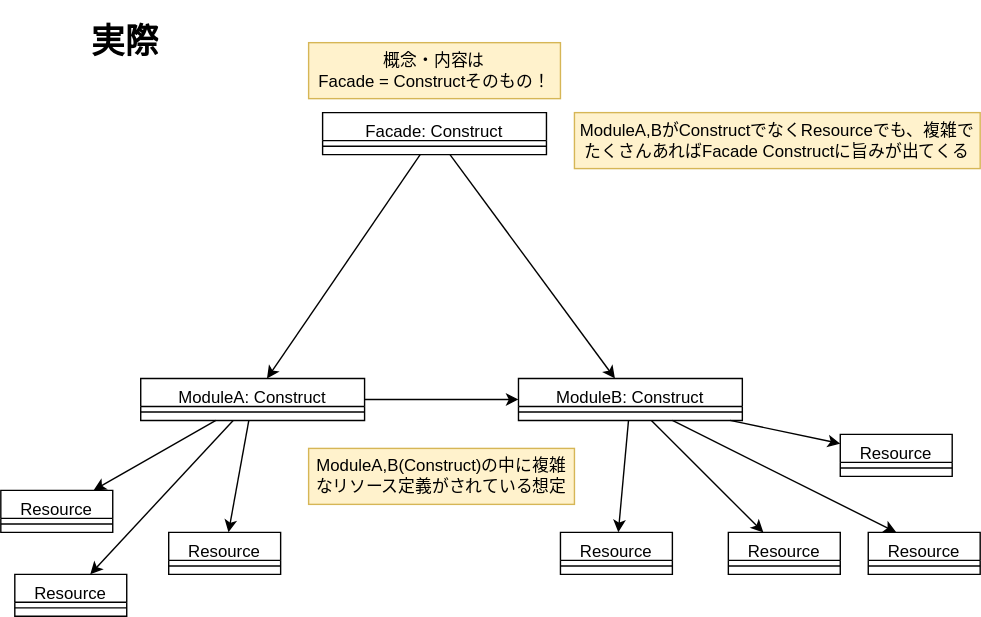
This is drawio/facade/facade_concrete.drawio.svg from go-to-k/cdk-gof-design-pattern, a draw.io export, as it was before one commit. Source tidied: cells renumbered, new cells last; positions are measured from the earlier drawing's top-left corner, leaving out a move shared by most shapes.
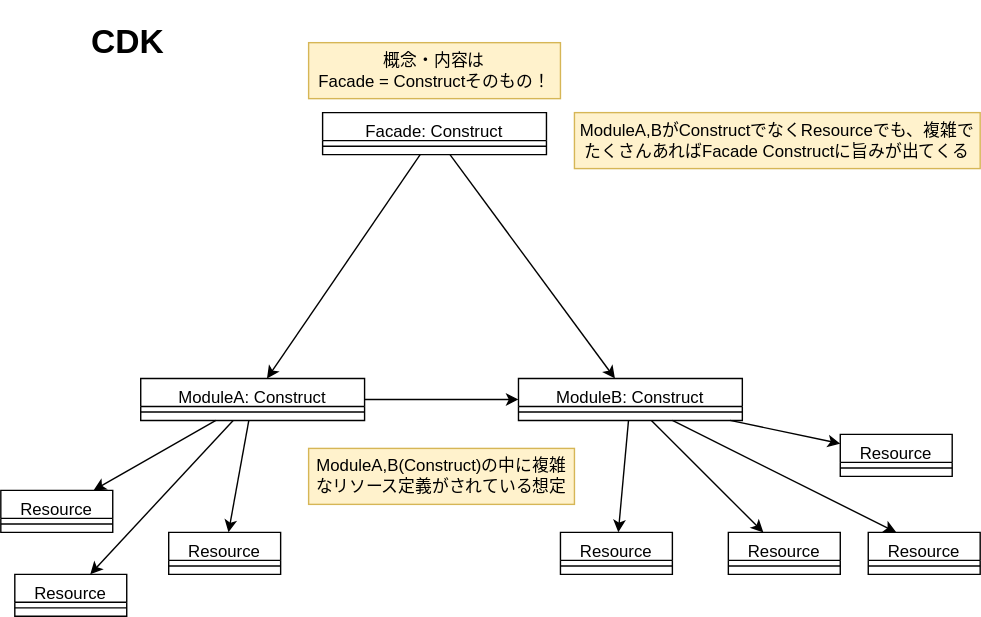
Later version of the same file.

Diff of the diagram source:
```diff
@@ -2,7 +2,7 @@
   <root>
     <mxCell id="0" />
     <mxCell id="1" parent="0" />
-    <mxCell id="2" value="&lt;h1&gt;実際&lt;/h1&gt;" style="text;html=1;strokeColor=none;fillColor=none;spacing=5;spacingTop=-20;whiteSpace=wrap;overflow=hidden;rounded=0;" parent="1" vertex="1">
+    <mxCell id="2" value="&lt;h1&gt;CDK&lt;/h1&gt;" style="text;html=1;strokeColor=none;fillColor=none;spacing=5;spacingTop=-20;whiteSpace=wrap;overflow=hidden;rounded=0;" parent="1" vertex="1">
       <mxGeometry x="60" width="60" height="40" as="geometry" />
     </mxCell>
     <mxCell id="3" value="ModuleA,B(Construct)の中に複雑なリソース定義がされている想定" style="text;html=1;strokeColor=#d6b656;fillColor=#fff2cc;align=center;verticalAlign=middle;whiteSpace=wrap;rounded=0;fontColor=#000000;" parent="1" vertex="1">
```
